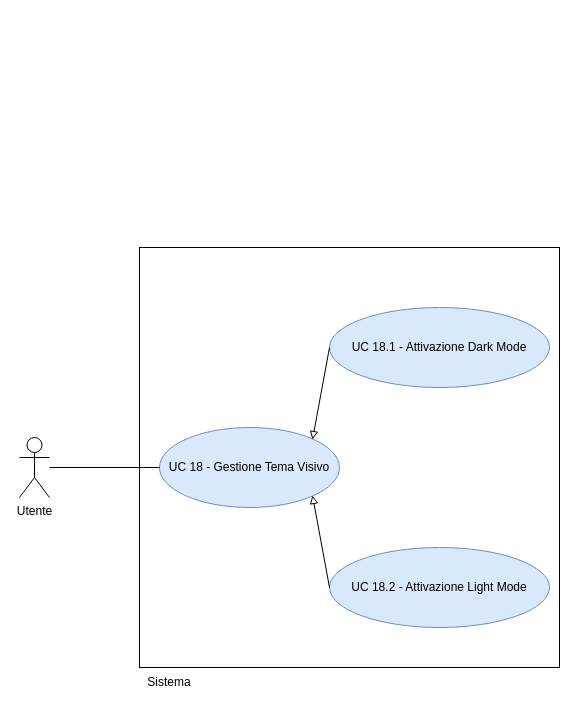
Above: RTB/doc_esterna/analisi-dei-requisiti/assets/draw.io/UC18.drawio in thebitless-group-swe/thebitless.github.io (draw.io), before the change. Source tidied: cells renumbered, new cells numbered last; positions are measured from the earlier drawing's top-left corner, leaving out a move shared by most shapes. Both pictures are drawn from the tidied source at 100%, with x=0, y=0 at pixel (19, 247).
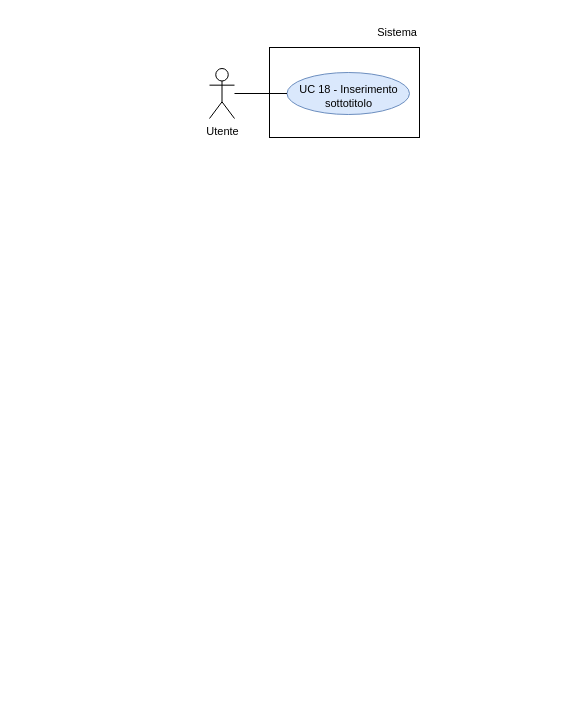
Above is the later version.

Change to the diagram source:
```diff
@@
 <mxGraphModel>
   <root>
     <mxCell id="0" />
     <mxCell id="1" parent="0" />
-    <mxCell id="2" value="Utente" style="shape=umlActor;verticalLabelPosition=bottom;verticalAlign=top;html=1;outlineConnect=0;" parent="1" vertex="1">
-      <mxGeometry y="190" width="30" height="60" as="geometry" />
+    <mxCell id="2" value="Utente" style="shape=umlActor;verticalLabelPosition=bottom;verticalAlign=top;html=1;outlineConnect=0;fontSize=11;" parent="1" vertex="1">
+      <mxGeometry x="190" y="-179" width="25" height="50" as="geometry" />
     </mxCell>
-    <mxCell id="3" style="whiteSpace=wrap;html=1;" parent="1" vertex="1">
-      <mxGeometry x="120" width="420" height="420" as="geometry" />
-    </mxCell>
+    <mxCell id="11" style="rounded=0;whiteSpace=wrap;html=1;strokeWidth=1;" parent="1" vertex="1">
+      <mxGeometry x="250" y="-200" width="150" height="90" as="geometry" />
+    </mxCell>
-    <mxCell id="4" value="Sistema" style="text;html=1;whiteSpace=wrap;strokeColor=none;fillColor=none;align=center;verticalAlign=middle;rounded=0;" parent="1" vertex="1">
-      <mxGeometry x="120" y="420" width="60" height="30" as="geometry" />
+    <mxCell id="4" value="Sistema" style="text;html=1;whiteSpace=wrap;strokeColor=none;fillColor=none;align=right;verticalAlign=middle;fontSize=11;" parent="1" vertex="1">
+      <mxGeometry x="340" y="-230" width="60" height="30" as="geometry" />
     </mxCell>
-    <mxCell id="5" value="UC 18 - Gestione Tema Visivo" style="ellipse;whiteSpace=wrap;html=1;fillColor=#dae8fc;strokeColor=#6c8ebf;" parent="1" vertex="1">
-      <mxGeometry x="140" y="180" width="180" height="80" as="geometry" />
-    </mxCell>
-    <mxCell id="6" style="edgeStyle=orthogonalEdgeStyle;rounded=0;jettySize=auto;html=1;endArrow=none;endFill=0;" parent="1" edge="1" source="2" target="5">
-      <mxGeometry relative="1" as="geometry" />
-    </mxCell>
-    <mxCell id="7" value="UC 18.1 - Attivazione Dark Mode" style="ellipse;whiteSpace=wrap;html=1;fillColor=#dae8fc;strokeColor=#6c8ebf;" parent="1" vertex="1">
-      <mxGeometry x="310" y="60" width="220" height="80" as="geometry" />
-    </mxCell>
-    <mxCell id="8" value="UC 18.2 - Attivazione Light Mode" style="ellipse;whiteSpace=wrap;html=1;fillColor=#dae8fc;strokeColor=#6c8ebf;" parent="1" vertex="1">
-      <mxGeometry x="310" y="300" width="220" height="80" as="geometry" />
-    </mxCell>
-    <mxCell id="9" style="endArrow=block;endFill=0;html=1;rounded=0;exitX=0;exitY=0.5;exitDx=0;exitDy=0;entryX=0.85;entryY=0.15;entryDx=0;entryDy=0;entryPerimeter=0;" parent="1" edge="1" source="7" target="5">
-      <mxGeometry relative="1" as="geometry" />
-    </mxCell>
-    <mxCell id="10" style="endArrow=block;endFill=0;html=1;rounded=0;exitX=0;exitY=0.5;exitDx=0;exitDy=0;entryX=0.85;entryY=0.85;entryDx=0;entryDy=0;entryPerimeter=0;" parent="1" edge="1" source="8" target="5">
-      <mxGeometry relative="1" as="geometry" />
-    </mxCell>
+    <mxCell id="12" value="&lt;div&gt;UC 18 - Inserimento sottotitolo&lt;/div&gt;" style="ellipse;whiteSpace=wrap;html=1;fillColor=#dae8fc;strokeColor=#6c8ebf;fontSize=11;convertToSvg=1;svgWhiteSpace=wrap;labelBorderColor=none;labelBackgroundColor=none;spacingBottom=-5;" parent="1" vertex="1">
+      <mxGeometry x="267.5" y="-175" width="122.5" height="42" as="geometry" />
+    </mxCell>
+    <mxCell id="13" style="edgeStyle=none;rounded=0;jettySize=auto;html=1;endArrow=none;endFill=0;" parent="1" edge="1" source="2" target="12">
+      <mxGeometry relative="1" as="geometry" />
+    </mxCell>
+    <mxCell id="14" style="edgeStyle=orthogonalEdgeStyle;rounded=0;orthogonalLoop=1;jettySize=auto;html=1;exitX=0.5;exitY=1;exitDx=0;exitDy=0;" parent="1" edge="1" source="4" target="4">
+      <mxGeometry relative="1" as="geometry" />
+    </mxCell>
   </root>
 </mxGraphModel>
```
